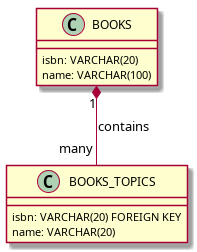
Before: doc/diagrams/mappingToTable.png, a diagram exported from PlantUML (exasol/dynamodb-virtual-schema).
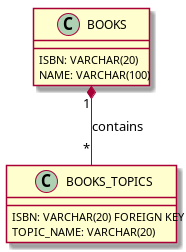
The same file after the commit.

Change to the diagram source:
```diff
@@ -1,13 +1,13 @@
 @startuml
 class BOOKS {
-  isbn: VARCHAR(20)
-  name: VARCHAR(100)
+    ISBN: VARCHAR(20)
+    NAME: VARCHAR(100)
 }
 
 class BOOKS_TOPICS {
-    isbn: VARCHAR(20) FOREIGN KEY
-    name: VARCHAR(20)
+    ISBN: VARCHAR(20) FOREIGN KEY
+    TOPIC_NAME: VARCHAR(20)
 }
 
-BOOKS  "1" *-- "many" BOOKS_TOPICS : contains
+BOOKS  "1" *-- "*" BOOKS_TOPICS : contains
 @enduml
```
